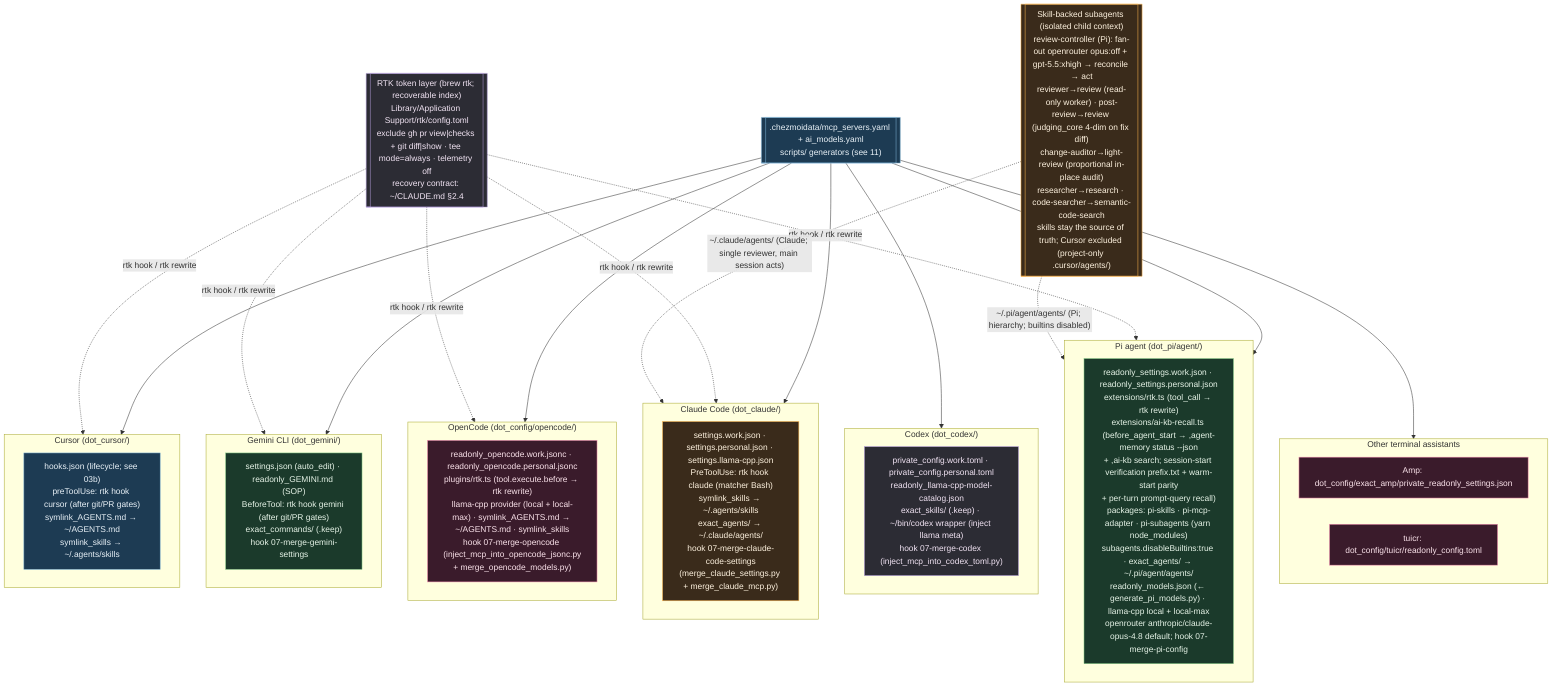
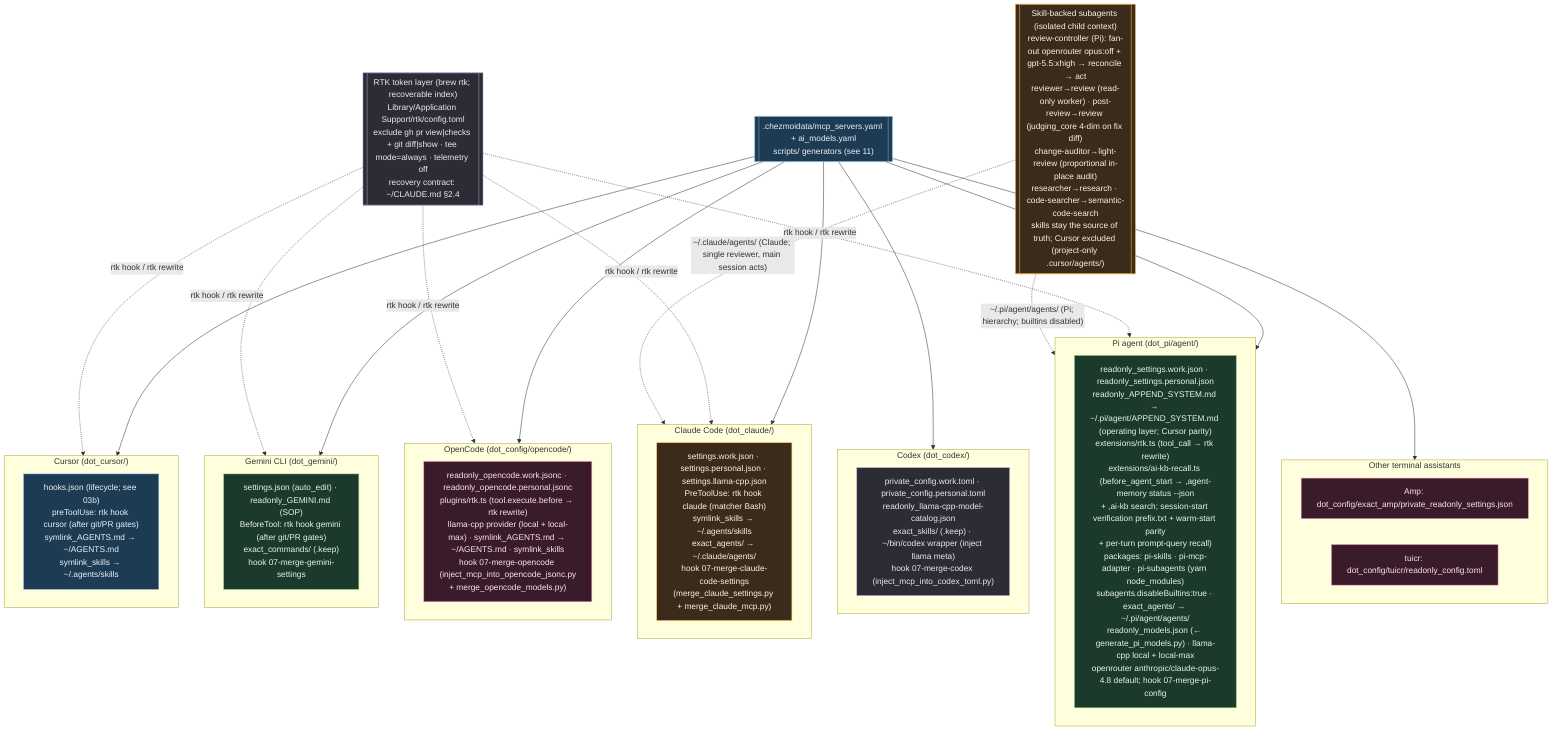
%% ============================================================================
%% 12-ai-tool-configs.mmd — Every per-tool AI config file in home/.
%% Pattern: source carries .work + .personal variants; a 07-merge-* hook picks
%% by isWork and merges generated MCP/model blocks into the live config.
%% ============================================================================
flowchart TB
    classDef cursor fill:#1d3b53,stroke:#7fb3d5,color:#eaf2f8;
    classDef claude fill:#3a2b1b,stroke:#ffb74d,color:#fff3e0;
    classDef codex fill:#2c2c34,stroke:#b39ddb,color:#f3e5f5;
    classDef gem fill:#1b3a2b,stroke:#81c784,color:#e8f5e9;
    classDef oc fill:#3a1b2b,stroke:#f48fb1,color:#fce4ec;

    subgraph CURSOR["Cursor (dot_cursor/)"]
        CU["hooks.json (lifecycle; see 03b)<br/>preToolUse: rtk hook cursor (after git/PR gates)<br/>symlink_AGENTS.md → ~/AGENTS.md<br/>symlink_skills → ~/.agents/skills"]:::cursor
    end

    subgraph CLAUDE["Claude Code (dot_claude/)"]
        CLD["settings.work.json · settings.personal.json · settings.llama-cpp.json<br/>PreToolUse: rtk hook claude (matcher Bash)<br/>symlink_skills → ~/.agents/skills<br/>exact_agents/ → ~/.claude/agents/<br/>hook 07-merge-claude-code-settings<br/>(merge_claude_settings.py + merge_claude_mcp.py)"]:::claude
    end

    subgraph CODEX["Codex (dot_codex/)"]
        CDX["private_config.work.toml · private_config.personal.toml<br/>readonly_llama-cpp-model-catalog.json<br/>exact_skills/ (.keep) · ~/bin/codex wrapper (inject llama meta)<br/>hook 07-merge-codex (inject_mcp_into_codex_toml.py)"]:::codex
    end

    subgraph GEMINI["Gemini CLI (dot_gemini/)"]
        GMN["settings.json (auto_edit) · readonly_GEMINI.md (SOP)<br/>BeforeTool: rtk hook gemini (after git/PR gates)<br/>exact_commands/ (.keep)<br/>hook 07-merge-gemini-settings"]:::gem
    end

    subgraph OPENCODE["OpenCode (dot_config/opencode/)"]
        OPC["readonly_opencode.work.jsonc · readonly_opencode.personal.jsonc<br/>plugins/rtk.ts (tool.execute.before → rtk rewrite)<br/>llama-cpp provider (local + local-max) · symlink_AGENTS.md → ~/AGENTS.md · symlink_skills<br/>hook 07-merge-opencode (inject_mcp_into_opencode_jsonc.py<br/>+ merge_opencode_models.py)"]:::oc
    end

    subgraph PI["Pi agent (dot_pi/agent/)"]
-         PIA["readonly_settings.work.json · readonly_settings.personal.json<br/>extensions/rtk.ts (tool_call → rtk rewrite)<br/>extensions/ai-kb-recall.ts (before_agent_start → ,agent-memory status --json<br/>+ ,ai-kb search; session-start verification prefix.txt + warm-start parity<br/>+ per-turn prompt-query recall)<br/>packages: pi-skills · pi-mcp-adapter · pi-subagents (yarn node_modules)<br/>subagents.disableBuiltins:true · exact_agents/ → ~/.pi/agent/agents/<br/>readonly_models.json (← generate_pi_models.py) · llama-cpp local + local-max<br/>openrouter anthropic/claude-opus-4.8 default; hook 07-merge-pi-config"]:::gem
+         PIA["readonly_settings.work.json · readonly_settings.personal.json<br/>readonly_APPEND_SYSTEM.md → ~/.pi/agent/APPEND_SYSTEM.md (operating layer; Cursor parity)<br/>extensions/rtk.ts (tool_call → rtk rewrite)<br/>extensions/ai-kb-recall.ts (before_agent_start → ,agent-memory status --json<br/>+ ,ai-kb search; session-start verification prefix.txt + warm-start parity<br/>+ per-turn prompt-query recall)<br/>packages: pi-skills · pi-mcp-adapter · pi-subagents (yarn node_modules)<br/>subagents.disableBuiltins:true · exact_agents/ → ~/.pi/agent/agents/<br/>readonly_models.json (← generate_pi_models.py) · llama-cpp local + local-max<br/>openrouter anthropic/claude-opus-4.8 default; hook 07-merge-pi-config"]:::gem
    end

    subgraph OTHER["Other terminal assistants"]
        AMP["Amp: dot_config/exact_amp/private_readonly_settings.json"]:::oc
        TUI["tuicr: dot_config/tuicr/readonly_config.toml"]:::oc
    end

    REG[[".chezmoidata/mcp_servers.yaml + ai_models.yaml<br/>scripts/ generators (see 11)"]]:::cursor
    REG --> CURSOR & CLAUDE & CODEX & GEMINI & OPENCODE & PI & OTHER

    RTK[["RTK token layer (brew rtk; recoverable index)<br/>Library/Application Support/rtk/config.toml<br/>exclude gh pr view|checks + git diff|show · tee mode=always · telemetry off<br/>recovery contract: ~/CLAUDE.md §2.4"]]:::codex
    RTK -.->|"rtk hook / rtk rewrite"| CURSOR & CLAUDE & GEMINI & OPENCODE & PI

    SUBA[["Skill-backed subagents (isolated child context)<br/>review-controller (Pi): fan-out openrouter opus:off + gpt-5.5:xhigh → reconcile → act<br/>reviewer→review (read-only worker) · post-review→review (judging_core 4-dim on fix diff)<br/>change-auditor→light-review (proportional in-place audit)<br/>researcher→research · code-searcher→semantic-code-search<br/>skills stay the source of truth; Cursor excluded (project-only .cursor/agents/)"]]:::claude
    SUBA -.->|"~/.claude/agents/ (Claude; single reviewer, main session acts)"| CLAUDE
    SUBA -.->|"~/.pi/agent/agents/ (Pi; hierarchy; builtins disabled)"| PI
